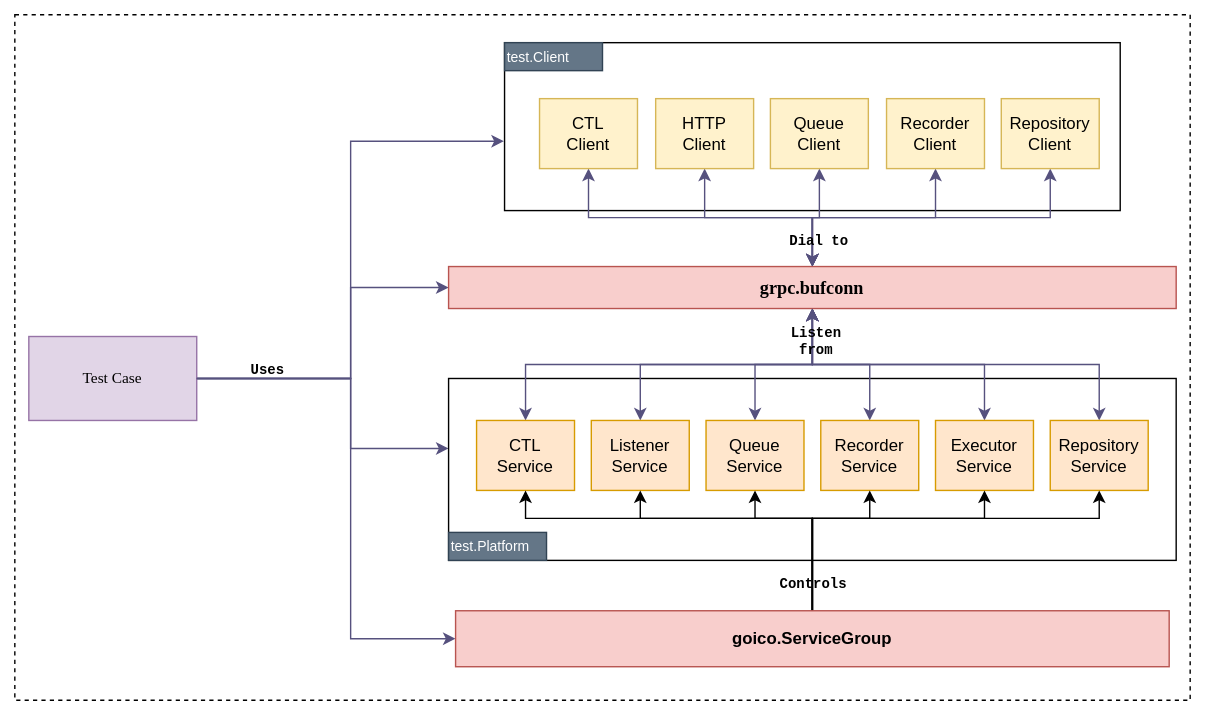
This is docs/img/testing.svg from andrescosta/jobico-fn, a draw.io export, as it was before one commit. Source tidied: cells renumbered, new cells last; positions are measured from the earlier drawing's top-left corner, leaving out a move shared by most shapes. Its diagram source:
```xml
<mxGraphModel>
  <root>
    <mxCell id="0" />
    <mxCell id="1" parent="0" />
    <mxCell id="2" style="rounded=0;whiteSpace=wrap;html=1;dashed=1;" parent="1" vertex="1">
      <mxGeometry width="840" height="490" as="geometry" />
    </mxCell>
    <mxCell id="3" style="rounded=0;whiteSpace=wrap;html=1;verticalAlign=top;align=left;fontFamily=Lucida Console;fontSize=9;strokeWidth=1;" parent="1" vertex="1">
      <mxGeometry x="350" y="20" width="440" height="120" as="geometry" />
    </mxCell>
    <mxCell id="4" style="edgeStyle=orthogonalEdgeStyle;rounded=0;jettySize=auto;html=1;strokeColor=#56517e;align=center;verticalAlign=middle;fontFamily=Courier New;fontSize=10;fontColor=default;fontStyle=0;labelBackgroundColor=none;endArrow=classic;endFill=1;fillColor=#d0cee2;" parent="1" edge="1" source="6" target="7">
      <mxGeometry relative="1" as="geometry">
        <Array as="points">
          <mxPoint x="240" y="260" />
          <mxPoint x="240" y="310" />
        </Array>
      </mxGeometry>
    </mxCell>
    <mxCell id="5" style="edgeStyle=orthogonalEdgeStyle;rounded=0;jettySize=auto;html=1;entryX=0;entryY=0.5;entryDx=0;entryDy=0;strokeColor=#56517e;align=center;verticalAlign=middle;fontFamily=Courier New;fontSize=10;fontColor=default;fontStyle=0;labelBackgroundColor=none;endArrow=classic;endFill=1;fillColor=#d0cee2;" parent="1" edge="1" source="6" target="26">
      <mxGeometry relative="1" as="geometry">
        <Array as="points">
          <mxPoint x="240" y="260" />
          <mxPoint x="240" y="195" />
        </Array>
      </mxGeometry>
    </mxCell>
    <mxCell id="6" value="Test Case" style="rounded=0;whiteSpace=wrap;html=1;strokeColor=#9673a6;align=center;verticalAlign=middle;fontFamily=Lucida Console;fontSize=11;labelBackgroundColor=none;fillColor=#e1d5e7;" parent="1" vertex="1">
      <mxGeometry x="10" y="230" width="120" height="60" as="geometry" />
    </mxCell>
    <mxCell id="7" style="rounded=0;whiteSpace=wrap;html=1;verticalAlign=top;align=left;fontFamily=Lucida Console;fontSize=9;strokeWidth=1;" parent="1" vertex="1">
      <mxGeometry x="310" y="260" width="520" height="130" as="geometry" />
    </mxCell>
    <mxCell id="8" style="edgeStyle=orthogonalEdgeStyle;rounded=0;jettySize=auto;html=1;startArrow=classic;startFill=1;strokeColor=#56517e;align=center;verticalAlign=middle;fontFamily=Courier New;fontSize=10;fontColor=default;fontStyle=0;labelBackgroundColor=none;endArrow=classic;endFill=1;fillColor=#d0cee2;" parent="1" edge="1" source="9" target="26">
      <mxGeometry relative="1" as="geometry" />
    </mxCell>
    <mxCell id="9" value="CTL&lt;br&gt;Client" style="rounded=0;whiteSpace=wrap;html=1;fillColor=#fff2cc;strokeColor=#d6b656;" parent="1" vertex="1">
      <mxGeometry x="375" y="60" width="70" height="50" as="geometry" />
    </mxCell>
    <mxCell id="10" style="edgeStyle=orthogonalEdgeStyle;rounded=0;jettySize=auto;html=1;startArrow=classic;startFill=1;strokeColor=#56517e;align=center;verticalAlign=middle;fontFamily=Courier New;fontSize=10;fontColor=default;fontStyle=0;labelBackgroundColor=none;endArrow=classic;endFill=1;fillColor=#d0cee2;" parent="1" edge="1" source="11" target="26">
      <mxGeometry relative="1" as="geometry" />
    </mxCell>
    <mxCell id="11" value="HTTP&lt;br&gt;Client" style="rounded=0;whiteSpace=wrap;html=1;fillColor=#fff2cc;strokeColor=#d6b656;" parent="1" vertex="1">
      <mxGeometry x="458" y="60" width="70" height="50" as="geometry" />
    </mxCell>
    <mxCell id="12" style="edgeStyle=orthogonalEdgeStyle;rounded=0;jettySize=auto;html=1;startArrow=classic;startFill=1;strokeColor=#56517e;align=center;verticalAlign=middle;fontFamily=Courier New;fontSize=10;fontColor=default;fontStyle=0;labelBackgroundColor=none;endArrow=classic;endFill=1;fillColor=#d0cee2;" parent="1" edge="1" source="13" target="26">
      <mxGeometry relative="1" as="geometry" />
    </mxCell>
    <mxCell id="13" value="Queue&lt;br&gt;Client" style="rounded=0;whiteSpace=wrap;html=1;fillColor=#fff2cc;strokeColor=#d6b656;" parent="1" vertex="1">
      <mxGeometry x="540" y="60" width="70" height="50" as="geometry" />
    </mxCell>
    <mxCell id="14" style="edgeStyle=orthogonalEdgeStyle;rounded=0;jettySize=auto;html=1;startArrow=classic;startFill=1;strokeColor=#56517e;align=center;verticalAlign=middle;fontFamily=Courier New;fontSize=10;fontColor=default;fontStyle=0;labelBackgroundColor=none;endArrow=classic;endFill=1;fillColor=#d0cee2;" parent="1" edge="1" source="15" target="26">
      <mxGeometry relative="1" as="geometry" />
    </mxCell>
    <mxCell id="15" value="Recorder&lt;br&gt;Client" style="rounded=0;whiteSpace=wrap;html=1;fillColor=#fff2cc;strokeColor=#d6b656;" parent="1" vertex="1">
      <mxGeometry x="623" y="60" width="70" height="50" as="geometry" />
    </mxCell>
    <mxCell id="16" style="edgeStyle=orthogonalEdgeStyle;rounded=0;jettySize=auto;html=1;startArrow=classic;startFill=1;strokeColor=#56517e;align=center;verticalAlign=middle;fontFamily=Courier New;fontSize=10;fontColor=default;fontStyle=0;labelBackgroundColor=none;endArrow=classic;endFill=1;fillColor=#d0cee2;" parent="1" edge="1" source="17" target="26">
      <mxGeometry relative="1" as="geometry" />
    </mxCell>
    <mxCell id="17" value="CTL&lt;br&gt;Service" style="rounded=0;whiteSpace=wrap;html=1;fillColor=#ffe6cc;strokeColor=#d79b00;" parent="1" vertex="1">
      <mxGeometry x="330" y="290" width="70" height="50" as="geometry" />
    </mxCell>
    <mxCell id="18" style="edgeStyle=orthogonalEdgeStyle;rounded=0;jettySize=auto;html=1;startArrow=classic;startFill=1;strokeColor=#56517e;align=center;verticalAlign=middle;fontFamily=Courier New;fontSize=10;fontColor=default;fontStyle=0;labelBackgroundColor=none;endArrow=classic;endFill=1;fillColor=#d0cee2;" parent="1" edge="1" source="19" target="26">
      <mxGeometry relative="1" as="geometry" />
    </mxCell>
    <mxCell id="19" value="Listener&lt;br&gt;Service" style="rounded=0;whiteSpace=wrap;html=1;fillColor=#ffe6cc;strokeColor=#d79b00;" parent="1" vertex="1">
      <mxGeometry x="412" y="290" width="70" height="50" as="geometry" />
    </mxCell>
    <mxCell id="20" style="edgeStyle=orthogonalEdgeStyle;rounded=0;jettySize=auto;html=1;entryX=0.5;entryY=1;entryDx=0;entryDy=0;startArrow=classic;startFill=1;strokeColor=#56517e;align=center;verticalAlign=middle;fontFamily=Courier New;fontSize=10;fontColor=default;fontStyle=0;labelBackgroundColor=none;endArrow=classic;endFill=1;fillColor=#d0cee2;" parent="1" edge="1" source="21" target="26">
      <mxGeometry relative="1" as="geometry" />
    </mxCell>
    <mxCell id="21" value="Queue&lt;br&gt;Service" style="rounded=0;whiteSpace=wrap;html=1;fillColor=#ffe6cc;strokeColor=#d79b00;" parent="1" vertex="1">
      <mxGeometry x="494" y="290" width="70" height="50" as="geometry" />
    </mxCell>
    <mxCell id="22" style="edgeStyle=orthogonalEdgeStyle;rounded=0;jettySize=auto;html=1;entryX=0.5;entryY=1;entryDx=0;entryDy=0;startArrow=classic;startFill=1;strokeColor=#56517e;align=center;verticalAlign=middle;fontFamily=Courier New;fontSize=10;fontColor=default;fontStyle=0;labelBackgroundColor=none;endArrow=classic;endFill=1;fillColor=#d0cee2;" parent="1" edge="1" source="23" target="26">
      <mxGeometry relative="1" as="geometry" />
    </mxCell>
    <mxCell id="23" value="Recorder&lt;br&gt;Service" style="rounded=0;whiteSpace=wrap;html=1;fillColor=#ffe6cc;strokeColor=#d79b00;" parent="1" vertex="1">
      <mxGeometry x="576" y="290" width="70" height="50" as="geometry" />
    </mxCell>
    <mxCell id="24" style="edgeStyle=orthogonalEdgeStyle;rounded=0;jettySize=auto;html=1;startArrow=classic;startFill=1;strokeColor=#56517e;align=center;verticalAlign=middle;fontFamily=Courier New;fontSize=10;fontColor=default;fontStyle=0;labelBackgroundColor=none;endArrow=classic;endFill=1;fillColor=#d0cee2;" parent="1" edge="1" source="25" target="26">
      <mxGeometry relative="1" as="geometry" />
    </mxCell>
    <mxCell id="25" value="Executor&lt;br&gt;Service" style="rounded=0;whiteSpace=wrap;html=1;fillColor=#ffe6cc;strokeColor=#d79b00;" parent="1" vertex="1">
      <mxGeometry x="658" y="290" width="70" height="50" as="geometry" />
    </mxCell>
    <mxCell id="26" value="grpc.bufconn" style="rounded=0;whiteSpace=wrap;html=1;fontFamily=Lucida Console;fontStyle=1;fontSize=13;fillColor=#f8cecc;strokeColor=#b85450;" parent="1" vertex="1">
      <mxGeometry x="310" y="180" width="520" height="30" as="geometry" />
    </mxCell>
    <mxCell id="27" value="test.Platform" style="rounded=0;whiteSpace=wrap;html=1;strokeColor=#314354;align=left;verticalAlign=middle;fontFamily=Helvetica;fontSize=10;fontColor=#ffffff;fillColor=#647687;" parent="1" vertex="1">
      <mxGeometry x="310" y="370" width="70" height="20" as="geometry" />
    </mxCell>
    <mxCell id="28" value="test.Client" style="rounded=0;whiteSpace=wrap;html=1;strokeColor=#314354;align=left;verticalAlign=middle;fontFamily=Helvetica;fontSize=10;fontColor=#ffffff;fillColor=#647687;" parent="1" vertex="1">
      <mxGeometry x="350" y="20" width="70" height="20" as="geometry" />
    </mxCell>
    <mxCell id="29" style="edgeStyle=orthogonalEdgeStyle;rounded=0;jettySize=auto;html=1;entryX=-0.001;entryY=0.587;entryDx=0;entryDy=0;entryPerimeter=0;strokeColor=#56517e;align=center;verticalAlign=middle;fontFamily=Courier New;fontSize=10;fontColor=default;fontStyle=0;labelBackgroundColor=none;endArrow=classic;endFill=1;fillColor=#d0cee2;" parent="1" edge="1" source="6" target="3">
      <mxGeometry relative="1" as="geometry" />
    </mxCell>
    <mxCell id="30" value="Uses" style="text;html=1;align=center;verticalAlign=middle;whiteSpace=wrap;rounded=0;fontFamily=Courier New;fontSize=10;fontColor=default;fontStyle=1;labelBackgroundColor=none;" parent="1" vertex="1">
      <mxGeometry x="151" y="239" width="60" height="30" as="geometry" />
    </mxCell>
    <mxCell id="31" style="edgeStyle=orthogonalEdgeStyle;rounded=0;jettySize=auto;html=1;startArrow=classic;startFill=1;strokeColor=#56517e;align=center;verticalAlign=middle;fontFamily=Courier New;fontSize=10;fontColor=default;fontStyle=0;labelBackgroundColor=none;endArrow=classic;endFill=1;fillColor=#d0cee2;" parent="1" edge="1" source="32" target="26">
      <mxGeometry relative="1" as="geometry" />
    </mxCell>
    <mxCell id="32" value="Repository&lt;br&gt;Service" style="rounded=0;whiteSpace=wrap;html=1;fillColor=#ffe6cc;strokeColor=#d79b00;" parent="1" vertex="1">
      <mxGeometry x="740" y="290" width="70" height="50" as="geometry" />
    </mxCell>
    <mxCell id="33" style="edgeStyle=orthogonalEdgeStyle;rounded=0;jettySize=auto;html=1;startArrow=classic;startFill=1;strokeColor=#56517e;align=center;verticalAlign=middle;fontFamily=Courier New;fontSize=10;fontColor=default;fontStyle=0;labelBackgroundColor=none;endArrow=classic;endFill=1;fillColor=#d0cee2;" parent="1" edge="1" source="34" target="26">
      <mxGeometry relative="1" as="geometry" />
    </mxCell>
    <mxCell id="34" value="Repository&lt;br&gt;Client" style="rounded=0;whiteSpace=wrap;html=1;fillColor=#fff2cc;strokeColor=#d6b656;align=center;verticalAlign=middle;fontFamily=Helvetica;fontSize=12;fontColor=default;" parent="1" vertex="1">
      <mxGeometry x="705" y="60" width="70" height="50" as="geometry" />
    </mxCell>
    <mxCell id="35" style="edgeStyle=orthogonalEdgeStyle;rounded=0;jettySize=auto;html=1;entryX=1;entryY=0.5;entryDx=0;entryDy=0;endArrow=none;endFill=0;startArrow=classic;startFill=1;strokeColor=#56517e;align=center;verticalAlign=middle;fontFamily=Courier New;fontSize=10;fontColor=default;fontStyle=0;labelBackgroundColor=none;fillColor=#d0cee2;" parent="1" edge="1" source="42" target="6">
      <mxGeometry relative="1" as="geometry">
        <Array as="points">
          <mxPoint x="240" y="446" />
          <mxPoint x="240" y="260" />
        </Array>
      </mxGeometry>
    </mxCell>
    <mxCell id="36" style="edgeStyle=orthogonalEdgeStyle;rounded=0;jettySize=auto;html=1;" parent="1" edge="1" source="42" target="17">
      <mxGeometry relative="1" as="geometry">
        <Array as="points">
          <mxPoint x="570" y="360" />
          <mxPoint x="365" y="360" />
        </Array>
      </mxGeometry>
    </mxCell>
    <mxCell id="37" style="edgeStyle=orthogonalEdgeStyle;rounded=0;jettySize=auto;html=1;" parent="1" edge="1" source="42" target="19">
      <mxGeometry relative="1" as="geometry">
        <Array as="points">
          <mxPoint x="570" y="360" />
          <mxPoint x="447" y="360" />
        </Array>
      </mxGeometry>
    </mxCell>
    <mxCell id="38" style="edgeStyle=orthogonalEdgeStyle;rounded=0;jettySize=auto;html=1;" parent="1" edge="1" source="42" target="21">
      <mxGeometry relative="1" as="geometry">
        <Array as="points">
          <mxPoint x="570" y="360" />
          <mxPoint x="529" y="360" />
        </Array>
      </mxGeometry>
    </mxCell>
    <mxCell id="39" style="edgeStyle=orthogonalEdgeStyle;rounded=0;jettySize=auto;html=1;" parent="1" edge="1" source="42" target="23">
      <mxGeometry relative="1" as="geometry">
        <Array as="points">
          <mxPoint x="570" y="360" />
          <mxPoint x="611" y="360" />
        </Array>
      </mxGeometry>
    </mxCell>
    <mxCell id="40" style="edgeStyle=orthogonalEdgeStyle;rounded=0;jettySize=auto;html=1;entryX=0.5;entryY=1;entryDx=0;entryDy=0;" parent="1" edge="1" source="42" target="25">
      <mxGeometry relative="1" as="geometry">
        <Array as="points">
          <mxPoint x="570" y="360" />
          <mxPoint x="693" y="360" />
        </Array>
      </mxGeometry>
    </mxCell>
    <mxCell id="41" style="edgeStyle=orthogonalEdgeStyle;rounded=0;jettySize=auto;html=1;" parent="1" edge="1" source="42" target="32">
      <mxGeometry relative="1" as="geometry">
        <Array as="points">
          <mxPoint x="570" y="360" />
          <mxPoint x="775" y="360" />
        </Array>
      </mxGeometry>
    </mxCell>
    <mxCell id="42" value="goico.ServiceGroup" style="rounded=0;whiteSpace=wrap;html=1;fillColor=#f8cecc;strokeColor=#b85450;fontStyle=1;" parent="1" vertex="1">
      <mxGeometry x="315" y="426" width="510" height="40" as="geometry" />
    </mxCell>
    <mxCell id="43" value="Dial to" style="text;html=1;align=center;verticalAlign=middle;whiteSpace=wrap;rounded=0;fontFamily=Courier New;fontSize=10;fontColor=default;fontStyle=1;labelBackgroundColor=none;" parent="1" vertex="1">
      <mxGeometry x="545" y="147" width="60" height="30" as="geometry" />
    </mxCell>
    <mxCell id="44" value="Listen&lt;br&gt;from" style="text;html=1;align=center;verticalAlign=middle;whiteSpace=wrap;rounded=0;fontFamily=Courier New;fontSize=10;fontColor=default;fontStyle=1;labelBackgroundColor=none;" parent="1" vertex="1">
      <mxGeometry x="523" y="219" width="100" height="30" as="geometry" />
    </mxCell>
    <mxCell id="45" value="Controls" style="text;html=1;align=center;verticalAlign=middle;whiteSpace=wrap;rounded=0;fontFamily=Courier New;fontSize=10;fontColor=default;fontStyle=1;labelBackgroundColor=none;" parent="1" vertex="1">
      <mxGeometry x="541" y="392" width="60" height="30" as="geometry" />
    </mxCell>
  </root>
</mxGraphModel>
```
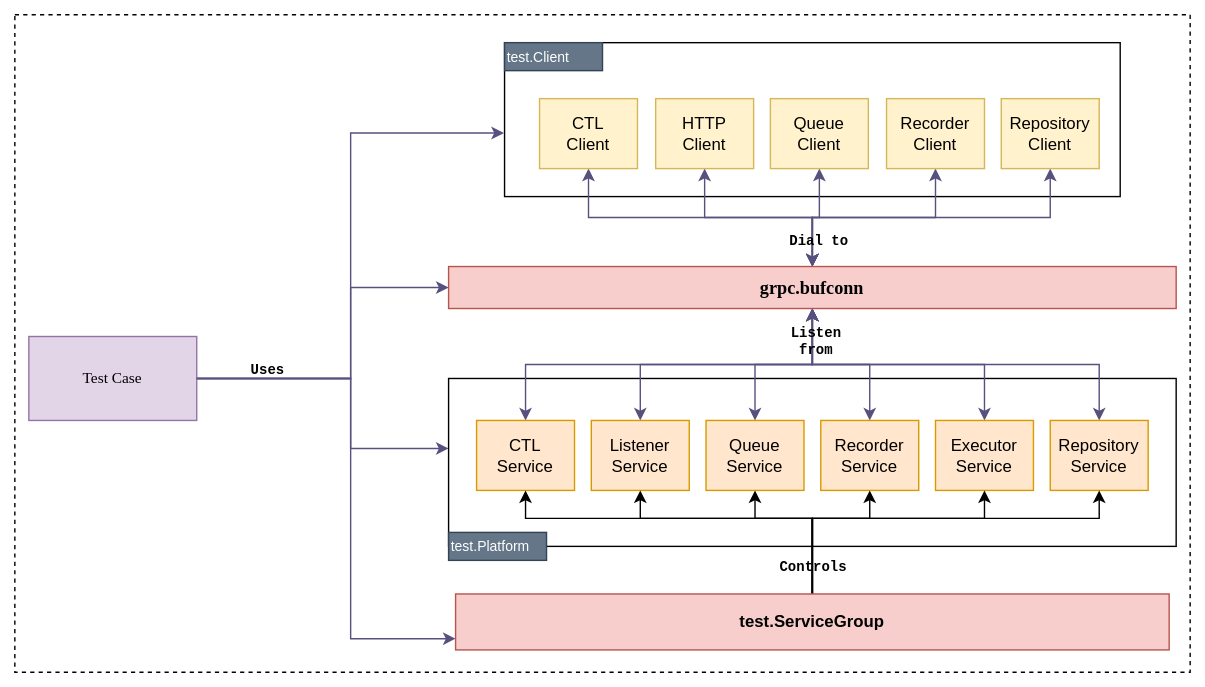
The same diagram one commit later.

Commit message:
updated arch diagram

What changed in the source:
```diff
@@ -3,10 +3,10 @@
     <mxCell id="0" />
     <mxCell id="1" parent="0" />
     <mxCell id="2" style="rounded=0;whiteSpace=wrap;html=1;dashed=1;" parent="1" vertex="1">
-      <mxGeometry width="840" height="490" as="geometry" />
+      <mxGeometry width="840" height="470" as="geometry" />
     </mxCell>
     <mxCell id="3" style="rounded=0;whiteSpace=wrap;html=1;verticalAlign=top;align=left;fontFamily=Lucida Console;fontSize=9;strokeWidth=1;" parent="1" vertex="1">
-      <mxGeometry x="350" y="20" width="440" height="120" as="geometry" />
+      <mxGeometry x="350" y="20" width="440" height="110" as="geometry" />
     </mxCell>
     <mxCell id="4" style="edgeStyle=orthogonalEdgeStyle;rounded=0;jettySize=auto;html=1;strokeColor=#56517e;align=center;verticalAlign=middle;fontFamily=Courier New;fontSize=10;fontColor=default;fontStyle=0;labelBackgroundColor=none;endArrow=classic;endFill=1;fillColor=#d0cee2;" parent="1" edge="1" source="6" target="7">
       <mxGeometry relative="1" as="geometry">
@@ -28,7 +28,7 @@
       <mxGeometry x="10" y="230" width="120" height="60" as="geometry" />
     </mxCell>
     <mxCell id="7" style="rounded=0;whiteSpace=wrap;html=1;verticalAlign=top;align=left;fontFamily=Lucida Console;fontSize=9;strokeWidth=1;" parent="1" vertex="1">
-      <mxGeometry x="310" y="260" width="520" height="130" as="geometry" />
+      <mxGeometry x="310" y="260" width="520" height="120" as="geometry" />
     </mxCell>
     <mxCell id="8" style="edgeStyle=orthogonalEdgeStyle;rounded=0;jettySize=auto;html=1;startArrow=classic;startFill=1;strokeColor=#56517e;align=center;verticalAlign=middle;fontFamily=Courier New;fontSize=10;fontColor=default;fontStyle=0;labelBackgroundColor=none;endArrow=classic;endFill=1;fillColor=#d0cee2;" parent="1" edge="1" source="9" target="26">
       <mxGeometry relative="1" as="geometry" />
@@ -167,8 +167,8 @@
         </Array>
       </mxGeometry>
     </mxCell>
-    <mxCell id="42" value="goico.ServiceGroup" style="rounded=0;whiteSpace=wrap;html=1;fillColor=#f8cecc;strokeColor=#b85450;fontStyle=1;" parent="1" vertex="1">
-      <mxGeometry x="315" y="426" width="510" height="40" as="geometry" />
+    <mxCell id="42" value="test.ServiceGroup" style="rounded=0;whiteSpace=wrap;html=1;fillColor=#f8cecc;strokeColor=#b85450;fontStyle=1;" parent="1" vertex="1">
+      <mxGeometry x="315" y="414" width="510" height="40" as="geometry" />
     </mxCell>
     <mxCell id="43" value="Dial to" style="text;html=1;align=center;verticalAlign=middle;whiteSpace=wrap;rounded=0;fontFamily=Courier New;fontSize=10;fontColor=default;fontStyle=1;labelBackgroundColor=none;" parent="1" vertex="1">
       <mxGeometry x="545" y="147" width="60" height="30" as="geometry" />
@@ -177,7 +177,7 @@
       <mxGeometry x="523" y="219" width="100" height="30" as="geometry" />
     </mxCell>
     <mxCell id="45" value="Controls" style="text;html=1;align=center;verticalAlign=middle;whiteSpace=wrap;rounded=0;fontFamily=Courier New;fontSize=10;fontColor=default;fontStyle=1;labelBackgroundColor=none;" parent="1" vertex="1">
-      <mxGeometry x="541" y="392" width="60" height="30" as="geometry" />
+      <mxGeometry x="541" y="380" width="60" height="30" as="geometry" />
     </mxCell>
   </root>
 </mxGraphModel>
```
